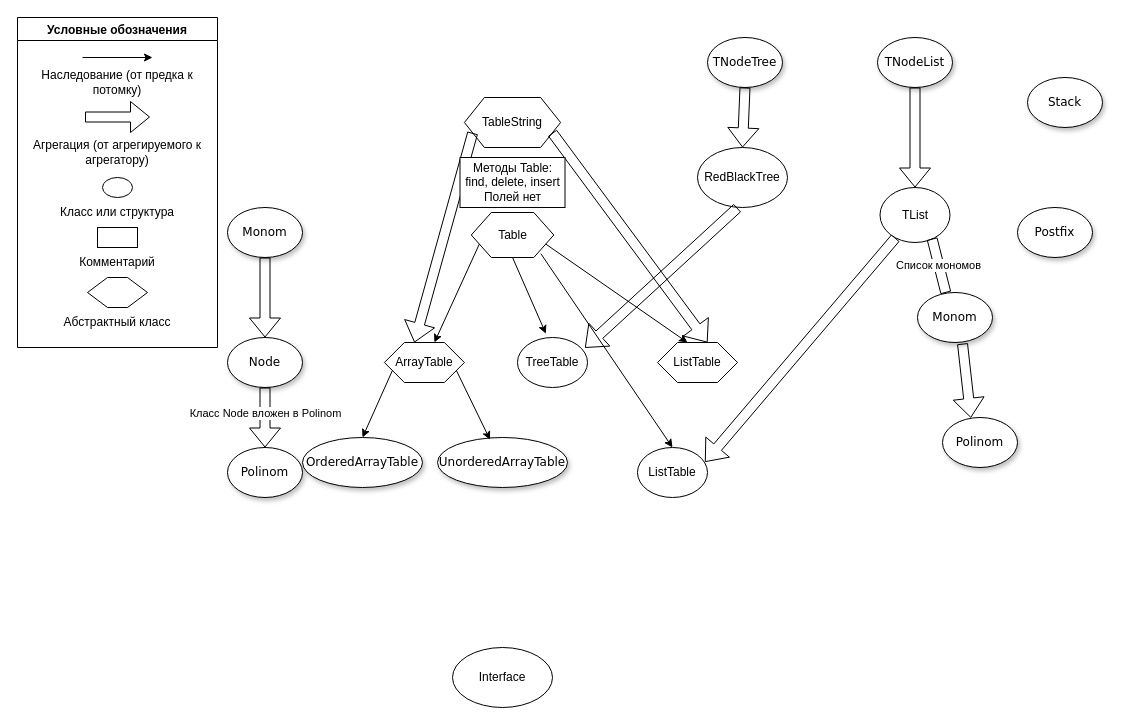
Earlier version of the draw.io diagram Class_Diagram.drawio (ParkerProbe/mp2-lab6-polynom-algebra). Source tidied: cells renumbered, new cells numbered last; positions are measured from the earlier drawing's top-left corner, leaving out a move shared by most shapes. Both pictures are drawn from the tidied source at 100%, with x=0, y=0 at pixel (17, 17).
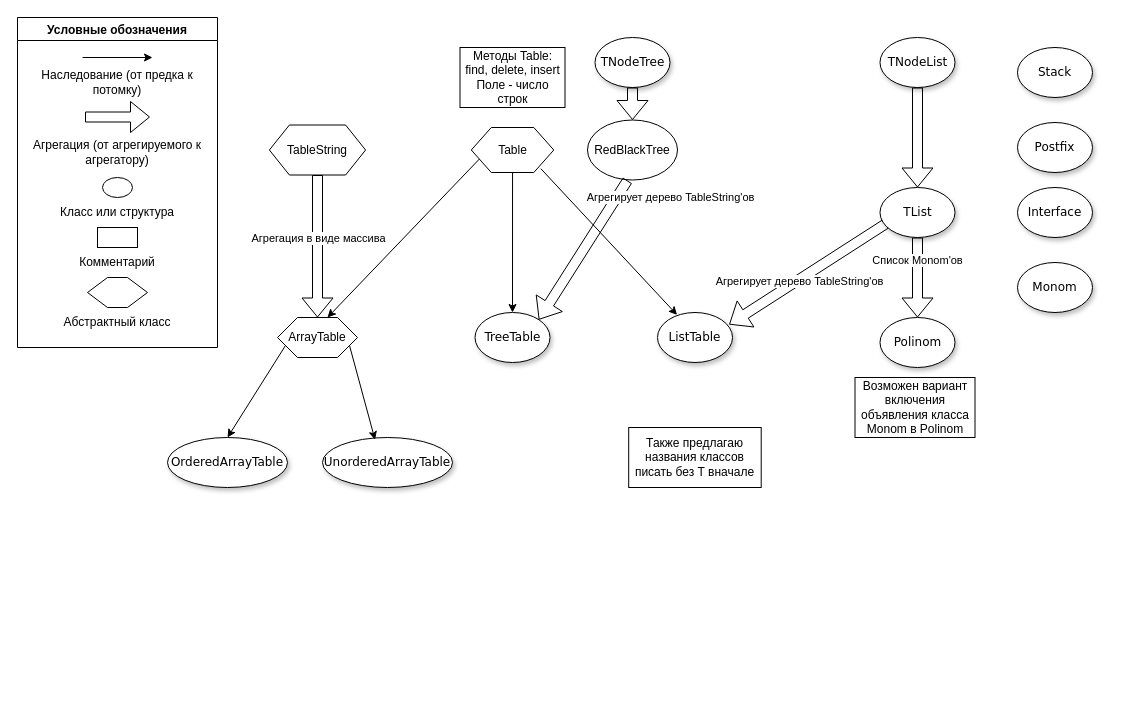
After the change.

Change to the diagram source:
```diff
@@
     <mxCell id="2" value="Stack" style="ellipse;whiteSpace=wrap;html=1;rounded=0;shadow=1;comic=0;labelBackgroundColor=none;strokeWidth=1;fontFamily=Verdana;fontSize=12;align=center;" parent="1" vertex="1">
-      <mxGeometry x="1010" y="60" width="75" height="50" as="geometry" />
+      <mxGeometry x="1000" y="30" width="75" height="50" as="geometry" />
     </mxCell>
     <mxCell id="3" value="Postfix" style="ellipse;whiteSpace=wrap;html=1;rounded=0;shadow=1;comic=0;labelBackgroundColor=none;strokeWidth=1;fontFamily=Verdana;fontSize=12;align=center;" parent="1" vertex="1">
-      <mxGeometry x="1000" y="190" width="75" height="50" as="geometry" />
+      <mxGeometry x="1000" y="105" width="75" height="50" as="geometry" />
     </mxCell>
-    <mxCell id="4" value="Monom" style="ellipse;whiteSpace=wrap;html=1;rounded=0;shadow=1;comic=0;labelBackgroundColor=none;strokeWidth=1;fontFamily=Verdana;fontSize=12;align=center;" parent="1" vertex="1">
-      <mxGeometry x="210" y="190" width="75" height="50" as="geometry" />
-    </mxCell>
-    <mxCell id="5" value="Node" style="ellipse;whiteSpace=wrap;html=1;rounded=0;shadow=1;comic=0;labelBackgroundColor=none;strokeWidth=1;fontFamily=Verdana;fontSize=12;align=center;" parent="1" vertex="1">
-      <mxGeometry x="210" y="320" width="75" height="50" as="geometry" />
-    </mxCell>
-    <mxCell id="6" value="Polinom" style="ellipse;whiteSpace=wrap;html=1;rounded=0;shadow=1;comic=0;labelBackgroundColor=none;strokeWidth=1;fontFamily=Verdana;fontSize=12;align=center;" parent="1" vertex="1">
-      <mxGeometry x="210" y="430" width="75" height="50" as="geometry" />
-    </mxCell>
@@
-    <mxCell id="18" style="shape=flexArrow;endArrow=classic;html=1;rounded=0;entryX=0.5;entryY=0;entryDx=0;entryDy=0;exitX=0.5;exitY=1;exitDx=0;exitDy=0;" parent="1" edge="1" source="4" target="5">
-      <mxGeometry relative="1" as="geometry" />
-    </mxCell>
-    <mxCell id="19" style="shape=flexArrow;endArrow=classic;html=1;rounded=0;entryX=0.5;entryY=0;entryDx=0;entryDy=0;exitX=0.5;exitY=1;exitDx=0;exitDy=0;" parent="1" edge="1" source="5" target="6">
-      <mxGeometry relative="1" as="geometry" />
-    </mxCell>
-    <mxCell id="20" value="Класс Node вложен в Polinom" style="edgeLabel;html=1;align=center;verticalAlign=middle;" parent="19" vertex="1">
-      <mxGeometry x="-0.25" y="-2" relative="1" as="geometry">
-        <mxPoint x="2" y="2" as="offset" />
-      </mxGeometry>
-    </mxCell>
     <mxCell id="21" value="Table" style="shape=hexagon;perimeter=hexagonPerimeter2;whiteSpace=wrap;html=1;fixedSize=1;" parent="1" vertex="1">
-      <mxGeometry x="453.8" y="195" width="82.5" height="45" as="geometry" />
+      <mxGeometry x="453.8" y="110" width="82.5" height="45" as="geometry" />
     </mxCell>
     <mxCell id="22" value="TableString" style="shape=hexagon;perimeter=hexagonPerimeter2;whiteSpace=wrap;html=1;fixedSize=1;" parent="1" vertex="1">
-      <mxGeometry x="446.9" y="80" width="96.2" height="50" as="geometry" />
+      <mxGeometry x="251.9" y="107.5" width="96.2" height="50" as="geometry" />
     </mxCell>
     <mxCell id="23" value="ArrayTable" style="shape=hexagon;perimeter=hexagonPerimeter2;whiteSpace=wrap;html=1;fixedSize=1;" parent="1" vertex="1">
-      <mxGeometry x="366.9" y="325" width="80" height="40" as="geometry" />
+      <mxGeometry x="260" y="300" width="80" height="40" as="geometry" />
     </mxCell>
-    <mxCell id="24" value="ListTable" style="shape=hexagon;perimeter=hexagonPerimeter2;whiteSpace=wrap;html=1;fixedSize=1;" parent="1" vertex="1">
-      <mxGeometry x="640" y="325" width="80" height="40" as="geometry" />
-    </mxCell>
@@
-    <mxCell id="26" style="endArrow=classic;html=1;rounded=0;exitX=1;exitY=0.75;exitDx=0;exitDy=0;entryX=0.375;entryY=0;entryDx=0;entryDy=0;" parent="1" edge="1" source="21" target="24">
-      <mxGeometry relative="1" as="geometry" />
-    </mxCell>
     <mxCell id="27" value="OrderedArrayTable" style="ellipse;whiteSpace=wrap;html=1;rounded=0;shadow=1;comic=0;labelBackgroundColor=none;strokeWidth=1;fontFamily=Verdana;fontSize=12;align=center;" parent="1" vertex="1">
-      <mxGeometry x="285" y="420" width="120" height="50" as="geometry" />
+      <mxGeometry x="150" y="420" width="120" height="50" as="geometry" />
     </mxCell>
     <mxCell id="28" value="UnorderedArrayTable" style="ellipse;whiteSpace=wrap;html=1;rounded=0;shadow=1;comic=0;labelBackgroundColor=none;strokeWidth=1;fontFamily=Verdana;fontSize=12;align=center;" parent="1" vertex="1">
-      <mxGeometry x="420" y="420" width="130" height="50" as="geometry" />
+      <mxGeometry x="305" y="420" width="130" height="50" as="geometry" />
     </mxCell>
@@
-    <mxCell id="31" style="shape=flexArrow;endArrow=classic;html=1;rounded=0;entryX=0.375;entryY=0;entryDx=0;entryDy=0;exitX=0;exitY=0.75;exitDx=0;exitDy=0;" parent="1" edge="1" source="22" target="23">
+    <mxCell id="31" style="shape=flexArrow;endArrow=classic;html=1;rounded=0;entryX=0.5;entryY=0;entryDx=0;entryDy=0;exitX=0.5;exitY=1;exitDx=0;exitDy=0;" parent="1" edge="1" source="22" target="23">
       <mxGeometry relative="1" as="geometry" />
     </mxCell>
-    <mxCell id="32" style="shape=flexArrow;endArrow=classic;html=1;rounded=0;entryX=0.625;entryY=0;entryDx=0;entryDy=0;exitX=1;exitY=0.75;exitDx=0;exitDy=0;" parent="1" edge="1" source="22" target="24">
-      <mxGeometry relative="1" as="geometry" />
-    </mxCell>
+    <mxCell id="51" value="Агрегация в виде массива" style="edgeLabel;html=1;align=center;verticalAlign=middle;" parent="31" vertex="1">
+      <mxGeometry x="-0.21" y="-5" relative="1" as="geometry">
+        <mxPoint x="5" y="7" as="offset" />
+      </mxGeometry>
+    </mxCell>
-    <mxCell id="33" value="Методы Table:&lt;br&gt;find, delete, insert&lt;br&gt;Полей нет" style="rounded=0;whiteSpace=wrap;html=1;" parent="1" vertex="1">
-      <mxGeometry x="442.5" y="140" width="105" height="50" as="geometry" />
+    <mxCell id="33" value="Методы Table:&lt;br&gt;find, delete, insert&lt;br&gt;Поле - число строк" style="rounded=0;whiteSpace=wrap;html=1;" parent="1" vertex="1">
+      <mxGeometry x="442.5" y="30" width="105" height="60" as="geometry" />
     </mxCell>
-    <mxCell id="34" style="shape=flexArrow;endArrow=classic;html=1;rounded=0;entryX=0.964;entryY=0.29;entryDx=0;entryDy=0;entryPerimeter=0;" parent="1" edge="1" source="39" target="45">
+    <mxCell id="34" style="shape=flexArrow;endArrow=classic;html=1;rounded=0;entryX=0.955;entryY=0.24;entryDx=0;entryDy=0;entryPerimeter=0;exitX=0.079;exitY=0.724;exitDx=0;exitDy=0;exitPerimeter=0;" parent="1" edge="1" source="39" target="57">
       <mxGeometry relative="1" as="geometry" />
     </mxCell>
+    <mxCell id="52" value="Агрегирует дерево TableString'ов" style="edgeLabel;html=1;align=center;verticalAlign=middle;" parent="34" vertex="1">
+      <mxGeometry x="-0.18" y="2" relative="1" as="geometry">
+        <mxPoint x="-24" y="15" as="offset" />
+      </mxGeometry>
+    </mxCell>
     <mxCell id="35" value="Polinom" style="ellipse;whiteSpace=wrap;html=1;rounded=0;shadow=1;comic=0;labelBackgroundColor=none;strokeWidth=1;fontFamily=Verdana;fontSize=12;align=center;" parent="1" vertex="1">
-      <mxGeometry x="925" y="400" width="75" height="50" as="geometry" />
+      <mxGeometry x="862.5" y="300" width="75" height="50" as="geometry" />
     </mxCell>
     <mxCell id="36" value="TNodeList" style="ellipse;whiteSpace=wrap;html=1;rounded=0;shadow=1;comic=0;labelBackgroundColor=none;strokeWidth=1;fontFamily=Verdana;fontSize=12;align=center;" parent="1" vertex="1">
-      <mxGeometry x="860" y="20" width="75" height="50" as="geometry" />
+      <mxGeometry x="862.5" y="20" width="75" height="50" as="geometry" />
     </mxCell>
-    <mxCell id="37" style="shape=flexArrow;endArrow=classic;html=1;rounded=0;entryX=0.5;entryY=0;entryDx=0;entryDy=0;exitX=0.5;exitY=1;exitDx=0;exitDy=0;" parent="1" edge="1" source="36" target="39">
+    <mxCell id="37" style="shape=flexArrow;endArrow=classic;html=1;rounded=0;entryX=0.5;entryY=0;entryDx=0;entryDy=0;" parent="1" edge="1" source="36" target="39">
       <mxGeometry relative="1" as="geometry" />
     </mxCell>
-    <mxCell id="38" style="shape=flexArrow;endArrow=classic;html=1;rounded=0;entryX=0.378;entryY=0.007;entryDx=0;entryDy=0;exitX=0.6;exitY=1.023;exitDx=0;exitDy=0;entryPerimeter=0;startArrow=none;exitPerimeter=0;" parent="1" edge="1" source="40" target="35">
-      <mxGeometry relative="1" as="geometry" />
-    </mxCell>
-    <mxCell id="39" value="TList" style="ellipse;whiteSpace=wrap;html=1;rounded=0;" parent="1" vertex="1">
-      <mxGeometry x="862.5" y="170" width="70" height="55" as="geometry" />
-    </mxCell>
     <mxCell id="40" value="Monom" style="ellipse;whiteSpace=wrap;html=1;rounded=0;shadow=1;comic=0;labelBackgroundColor=none;strokeWidth=1;fontFamily=Verdana;fontSize=12;align=center;" parent="1" vertex="1">
-      <mxGeometry x="900" y="275" width="75" height="50" as="geometry" />
+      <mxGeometry x="1000" y="245" width="75" height="50" as="geometry" />
     </mxCell>
-    <mxCell id="41" value="Список мономов" style="shape=flexArrow;endArrow=none;html=1;rounded=0;entryX=0.378;entryY=0.007;entryDx=0;entryDy=0;exitX=0.744;exitY=0.93;exitDx=0;exitDy=0;entryPerimeter=0;exitPerimeter=0;" parent="1" edge="1" source="39" target="40">
-      <mxGeometry relative="1" as="geometry" />
-    </mxCell>
-    <mxCell id="42" value="TreeTable" style="ellipse;whiteSpace=wrap;html=1;rounded=0;" parent="1" vertex="1">
-      <mxGeometry x="500" y="320" width="70" height="50" as="geometry" />
-    </mxCell>
-    <mxCell id="43" style="endArrow=classic;html=1;rounded=0;exitX=0.5;exitY=1;exitDx=0;exitDy=0;entryX=0.405;entryY=-0.077;entryDx=0;entryDy=0;entryPerimeter=0;" parent="1" edge="1" source="21" target="42">
+    <mxCell id="43" style="endArrow=classic;html=1;rounded=0;exitX=0.5;exitY=1;exitDx=0;exitDy=0;entryX=0.5;entryY=0;entryDx=0;entryDy=0;" parent="1" edge="1" source="21" target="42">
       <mxGeometry relative="1" as="geometry" />
     </mxCell>
-    <mxCell id="44" style="endArrow=classic;html=1;rounded=0;exitX=0.843;exitY=0.915;exitDx=0;exitDy=0;exitPerimeter=0;entryX=0.5;entryY=0;entryDx=0;entryDy=0;" parent="1" edge="1" source="21" target="45">
+    <mxCell id="44" style="endArrow=classic;html=1;rounded=0;exitX=0.843;exitY=0.915;exitDx=0;exitDy=0;exitPerimeter=0;entryX=0.261;entryY=0.048;entryDx=0;entryDy=0;entryPerimeter=0;" parent="1" edge="1" source="21" target="57">
       <mxGeometry relative="1" as="geometry" />
     </mxCell>
-    <mxCell id="45" value="ListTable" style="ellipse;whiteSpace=wrap;html=1;rounded=0;" parent="1" vertex="1">
-      <mxGeometry x="620" y="430" width="70" height="50" as="geometry" />
-    </mxCell>
     <mxCell id="46" value="RedBlackTree" style="ellipse;whiteSpace=wrap;html=1;rounded=0;" parent="1" vertex="1">
-      <mxGeometry x="680" y="130" width="90" height="60" as="geometry" />
+      <mxGeometry x="570" y="102.5" width="90" height="60" as="geometry" />
     </mxCell>
     <mxCell id="47" value="TNodeTree" style="ellipse;whiteSpace=wrap;html=1;rounded=0;shadow=1;comic=0;labelBackgroundColor=none;strokeWidth=1;fontFamily=Verdana;fontSize=12;align=center;" parent="1" vertex="1">
-      <mxGeometry x="690" y="20" width="75" height="50" as="geometry" />
+      <mxGeometry x="577.5" y="20" width="75" height="50" as="geometry" />
     </mxCell>
@@
-    <mxCell id="49" style="shape=flexArrow;endArrow=classic;html=1;rounded=0;exitX=0.444;exitY=1.006;exitDx=0;exitDy=0;exitPerimeter=0;entryX=0.964;entryY=0.207;entryDx=0;entryDy=0;entryPerimeter=0;" parent="1" edge="1" source="46" target="42">
+    <mxCell id="49" style="shape=flexArrow;endArrow=classic;html=1;rounded=0;exitX=0.444;exitY=1.006;exitDx=0;exitDy=0;exitPerimeter=0;entryX=1;entryY=0;entryDx=0;entryDy=0;" parent="1" edge="1" source="46" target="42">
       <mxGeometry relative="1" as="geometry" />
     </mxCell>
+    <mxCell id="53" value="Агрегирует дерево TableString'ов" style="edgeLabel;html=1;align=center;verticalAlign=middle;" parent="49" vertex="1">
+      <mxGeometry x="-0.25" y="3" relative="1" as="geometry">
+        <mxPoint x="73" y="-37" as="offset" />
+      </mxGeometry>
+    </mxCell>
-    <mxCell id="50" value="Interface" style="ellipse;whiteSpace=wrap;html=1;" parent="1" vertex="1">
-      <mxGeometry x="435" y="630" width="100" height="60" as="geometry" />
+    <mxCell id="50" value="Interface" style="ellipse;whiteSpace=wrap;html=1;rounded=0;shadow=1;comic=0;labelBackgroundColor=none;strokeWidth=1;fontFamily=Verdana;fontSize=12;align=center;" parent="1" vertex="1">
+      <mxGeometry x="1000" y="170" width="75" height="50" as="geometry" />
     </mxCell>
+    <mxCell id="54" style="shape=flexArrow;endArrow=classic;html=1;rounded=0;exitX=0.5;exitY=1;exitDx=0;exitDy=0;entryX=0.5;entryY=0;entryDx=0;entryDy=0;" parent="1" edge="1" source="39" target="35">
+      <mxGeometry relative="1" as="geometry" />
+    </mxCell>
+    <mxCell id="55" value="Список Monom'ов" style="edgeLabel;html=1;align=center;verticalAlign=middle;" parent="54" vertex="1">
+      <mxGeometry x="-0.44" y="-1" relative="1" as="geometry" />
+    </mxCell>
+    <mxCell id="56" value="Возможен вариант включения объявления класса Monom в Polinom" style="rounded=0;whiteSpace=wrap;html=1;" parent="1" vertex="1">
+      <mxGeometry x="837.5" y="360" width="120" height="60" as="geometry" />
+    </mxCell>
+    <mxCell id="42" value="TreeTable" style="ellipse;whiteSpace=wrap;html=1;rounded=0;shadow=1;comic=0;labelBackgroundColor=none;strokeWidth=1;fontFamily=Verdana;fontSize=12;align=center;" parent="1" vertex="1">
+      <mxGeometry x="457.5" y="295" width="75" height="50" as="geometry" />
+    </mxCell>
+    <mxCell id="57" value="ListTable" style="ellipse;whiteSpace=wrap;html=1;rounded=0;shadow=1;comic=0;labelBackgroundColor=none;strokeWidth=1;fontFamily=Verdana;fontSize=12;align=center;" parent="1" vertex="1">
+      <mxGeometry x="640" y="295" width="75" height="50" as="geometry" />
+    </mxCell>
+    <mxCell id="39" value="TList" style="ellipse;whiteSpace=wrap;html=1;rounded=0;shadow=1;comic=0;labelBackgroundColor=none;strokeWidth=1;fontFamily=Verdana;fontSize=12;align=center;" parent="1" vertex="1">
+      <mxGeometry x="862.5" y="170" width="75" height="50" as="geometry" />
+    </mxCell>
+    <mxCell id="58" value="Также предлагаю названия классов писать без T вначале" style="rounded=0;whiteSpace=wrap;html=1;" parent="1" vertex="1">
+      <mxGeometry x="611.2" y="410" width="132.5" height="60" as="geometry" />
+    </mxCell>
```
